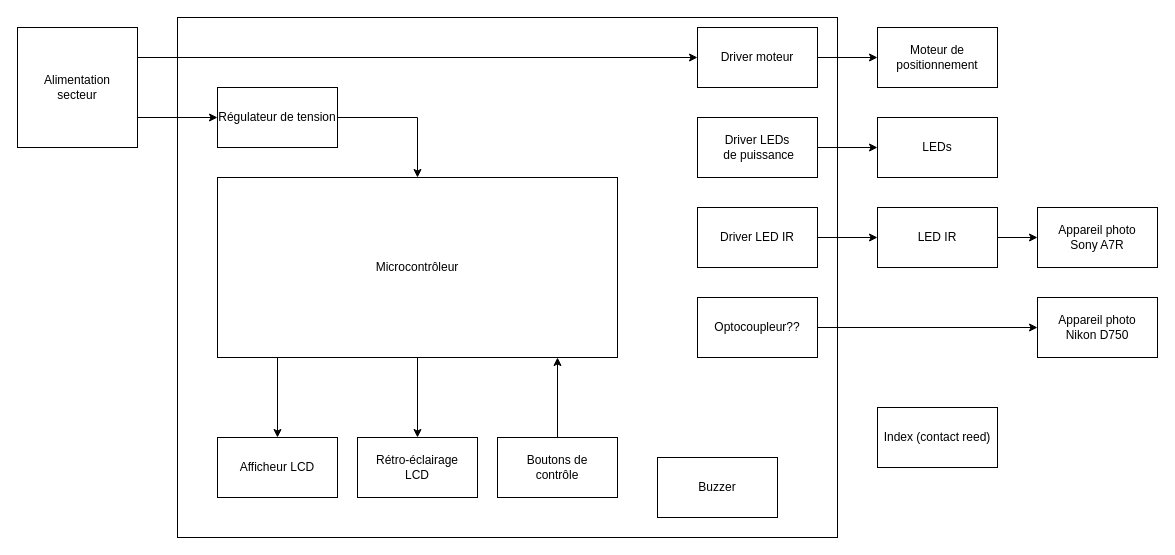
Before: doc/Diagrammes/SchemaBlocDetaille.drawio in Belprot/2309_AutomatisationPriseImageRTI, a draw.io diagram. Source tidied: cells renumbered, new cells numbered last; positions are measured from the earlier drawing's top-left corner, leaving out a move shared by most shapes. Both pictures are drawn from the tidied source at 100%, with x=0, y=0 at pixel (17, 17).
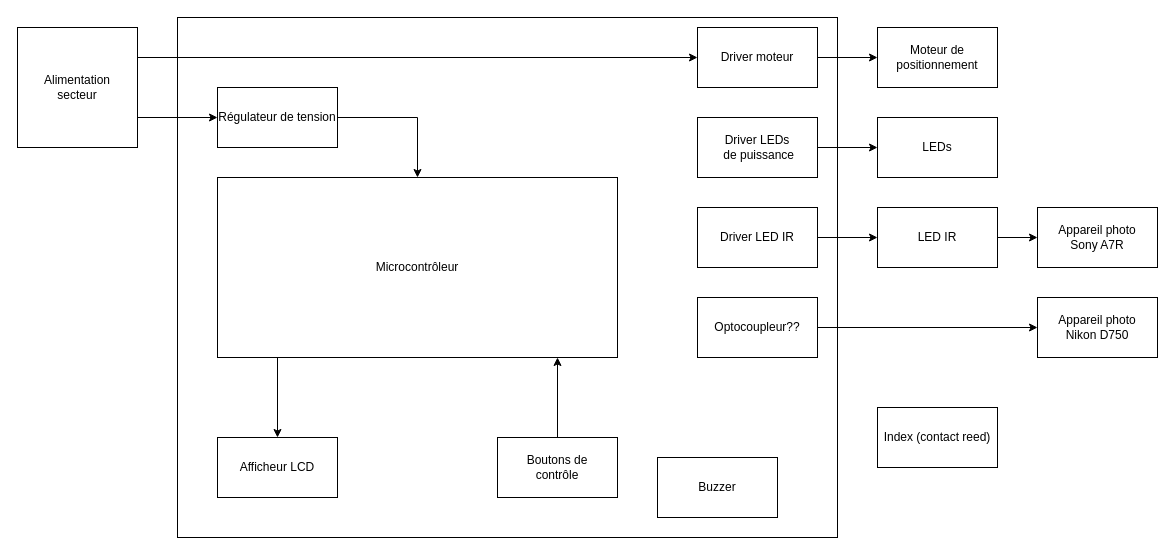
The same page after the edit.

The change refers to these unchanged cells:
```xml
<mxCell id="26" value="Microcontrôleur" style="rounded=0;whiteSpace=wrap;html=1;" parent="1" vertex="1">
  <mxGeometry x="200" y="160" width="400" height="180" as="geometry" />
</mxCell>
```

Diff of the diagram source:
```diff
@@
-    <mxCell id="21" value="&lt;div&gt;Rétro-éclairage&lt;br&gt;&lt;/div&gt;&lt;div&gt;LCD&lt;/div&gt;" style="rounded=0;whiteSpace=wrap;html=1;" parent="1" vertex="1">
-      <mxGeometry x="340" y="420" width="120" height="60" as="geometry" />
-    </mxCell>
@@
-    <mxCell id="24" style="edgeStyle=orthogonalEdgeStyle;rounded=0;jettySize=auto;html=1;entryX=0.5;entryY=0;entryDx=0;entryDy=0;" parent="1" edge="1" source="26" target="21">
-      <mxGeometry relative="1" as="geometry" />
-    </mxCell>
```
